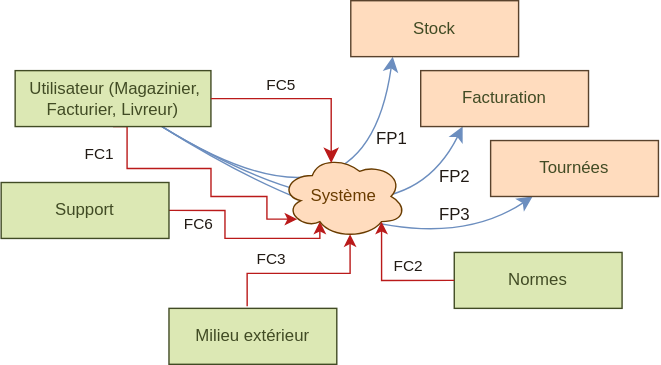
The draw.io diagram I1S5/CDCF/images/Utilisation.svg in Xibitol/College, before a commit. Source tidied: cells renumbered, new cells last; positions are measured from the earlier drawing's top-left corner, leaving out a move shared by most shapes.
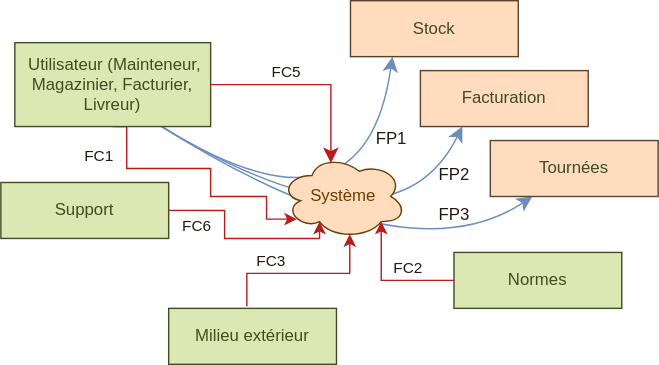
After the commit.

The edit, as a diff of the source:
```diff
@@ -76,8 +76,8 @@
         <mxPoint x="-4" y="-10" as="offset" />
       </mxGeometry>
     </mxCell>
-    <mxCell id="14" value="&amp;nbsp;Utilisateur (Magazinier, Facturier, Livreur)" style="rounded=0;whiteSpace=wrap;html=1;fillColor=#DCE8B4;strokeColor=#414B24;fontColor=#414B24;" parent="1" vertex="1">
-      <mxGeometry x="10" y="50" width="140" height="40" as="geometry" />
+    <mxCell id="14" value="&lt;div&gt;&amp;nbsp;Utilisateur (Mainteneur,&lt;/div&gt;&lt;div&gt;Magazinier, Facturier,&lt;/div&gt;&lt;div&gt;Livreur)&lt;/div&gt;" style="rounded=0;whiteSpace=wrap;html=1;fillColor=#DCE8B4;strokeColor=#414B24;fontColor=#414B24;" parent="1" vertex="1">
+      <mxGeometry x="10" y="30" width="140" height="60" as="geometry" />
     </mxCell>
     <mxCell id="15" value="&lt;div&gt;Support&lt;/div&gt;" style="rounded=0;whiteSpace=wrap;html=1;fillColor=#DCE8B4;strokeColor=#414B24;fontColor=#414B24;" parent="1" vertex="1">
       <mxGeometry y="130" width="120" height="40" as="geometry" />
@@ -107,7 +107,7 @@
     <mxCell id="22" style="endArrow=classic;html=1;rounded=0;fontSize=12;startSize=8;endSize=8;curved=0;exitX=1;exitY=0.5;exitDx=0;exitDy=0;entryX=0.4;entryY=0.1;entryDx=0;entryDy=0;entryPerimeter=0;strokeColor=#BA1A1A;" parent="1" edge="1" source="14" target="17">
       <mxGeometry relative="1" as="geometry">
         <Array as="points">
-          <mxPoint x="236" y="70" />
+          <mxPoint x="236" y="60" />
         </Array>
       </mxGeometry>
     </mxCell>
```
